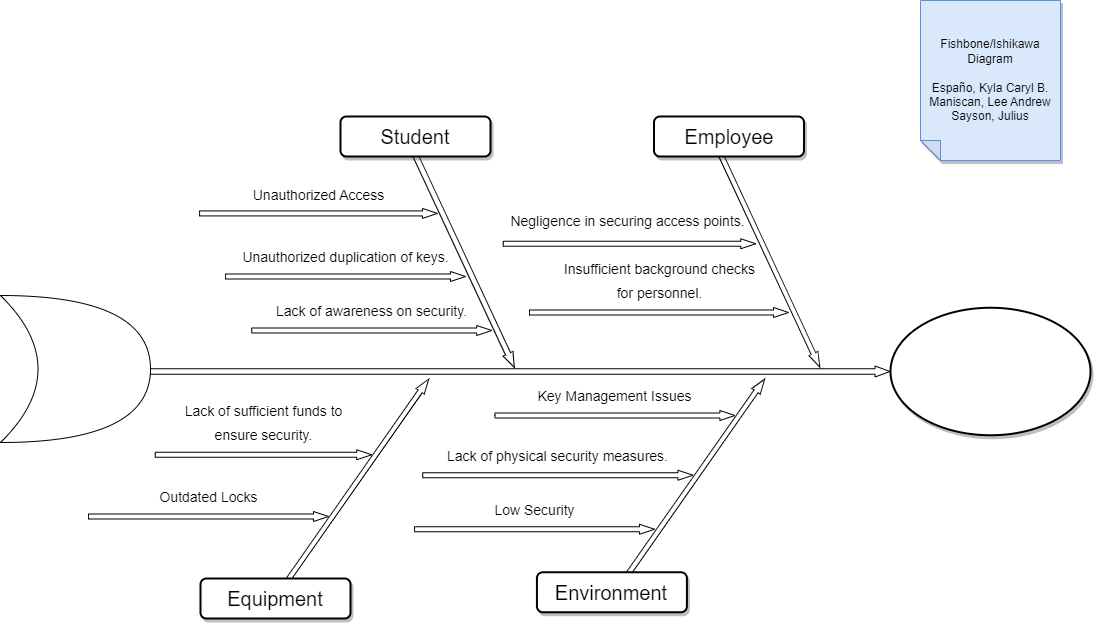
Above: Fishbone Diagram.drawio.png in kaisunoo/Acads (draw.io), before the change. Source tidied: cells renumbered, new cells last; positions are measured from the earlier drawing's top-left corner, leaving out a move shared by most shapes.
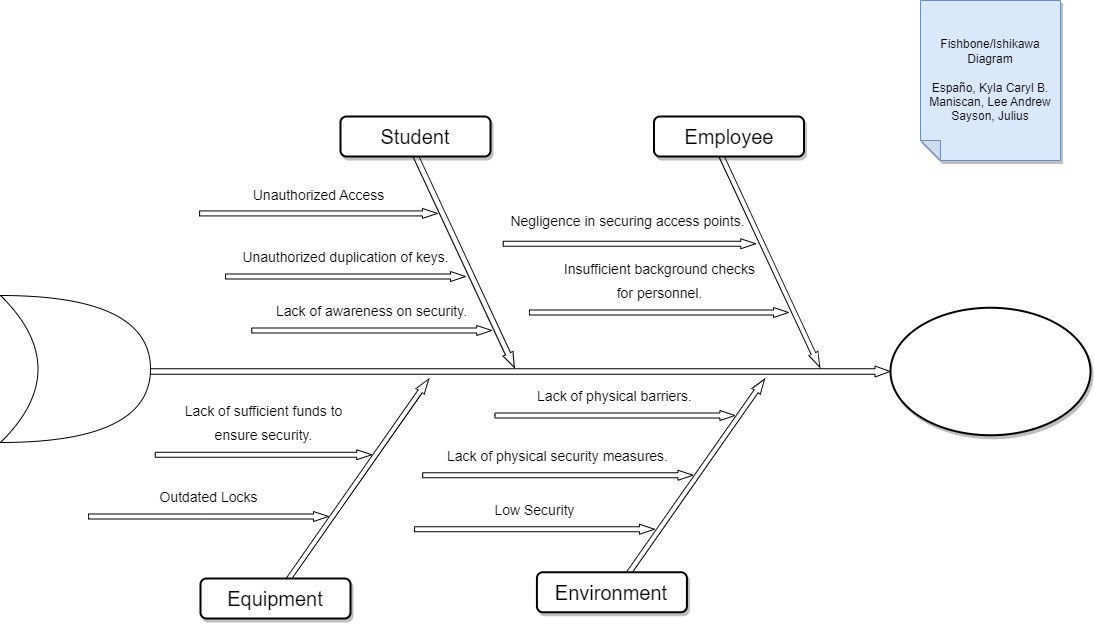
Above is the later version.

The edit, as a diff of the source:
```diff
@@ -53,7 +53,7 @@
     <mxCell id="18" value="&lt;font style=&quot;font-size: 14px;&quot;&gt;Lack of sufficient funds to &lt;br&gt;ensure security.&lt;br&gt;&lt;br&gt;&lt;br&gt;&lt;/font&gt;" style="html=1;shadow=0;dashed=0;align=center;verticalAlign=middle;shape=mxgraph.arrows2.arrow;dy=0.5;dx=15;direction=north;notch=0;rounded=0;strokeWidth=1;fontSize=20;rotation=90;horizontal=0;labelPosition=left;verticalLabelPosition=middle;" parent="1" vertex="1">
       <mxGeometry x="258" y="346" width="10" height="216.5" as="geometry" />
     </mxCell>
-    <mxCell id="19" value="&lt;font style=&quot;font-size: 14px;&quot;&gt;Key Management Issues&lt;br&gt;&lt;br&gt;&lt;/font&gt;" style="html=1;shadow=0;dashed=0;align=center;verticalAlign=middle;shape=mxgraph.arrows2.arrow;dy=0.5;dx=15;direction=north;notch=0;rounded=0;strokeWidth=1;fontSize=20;rotation=90;horizontal=0;labelPosition=left;verticalLabelPosition=middle;" parent="1" vertex="1">
+    <mxCell id="19" value="&lt;font style=&quot;font-size: 14px;&quot;&gt;Lack of physical barriers.&lt;br&gt;&lt;br&gt;&lt;/font&gt;" style="html=1;shadow=0;dashed=0;align=center;verticalAlign=middle;shape=mxgraph.arrows2.arrow;dy=0.5;dx=15;direction=north;notch=0;rounded=0;strokeWidth=1;fontSize=20;rotation=90;horizontal=0;labelPosition=left;verticalLabelPosition=middle;" parent="1" vertex="1">
       <mxGeometry x="609.4" y="295" width="10" height="240" as="geometry" />
     </mxCell>
     <mxCell id="20" value="Fishbone/Ishikawa Diagram&lt;br&gt;&lt;br&gt;Españo, Kyla Caryl B.&lt;br&gt;Maniscan, Lee Andrew&lt;br&gt;Sayson, Julius" style="shape=note;whiteSpace=wrap;html=1;backgroundOutline=1;darkOpacity=0.05;fillColor=#dae8fc;strokeColor=#6c8ebf;fillStyle=solid;direction=west;gradientDirection=north;shadow=1;size=20;" parent="1" vertex="1">
```
